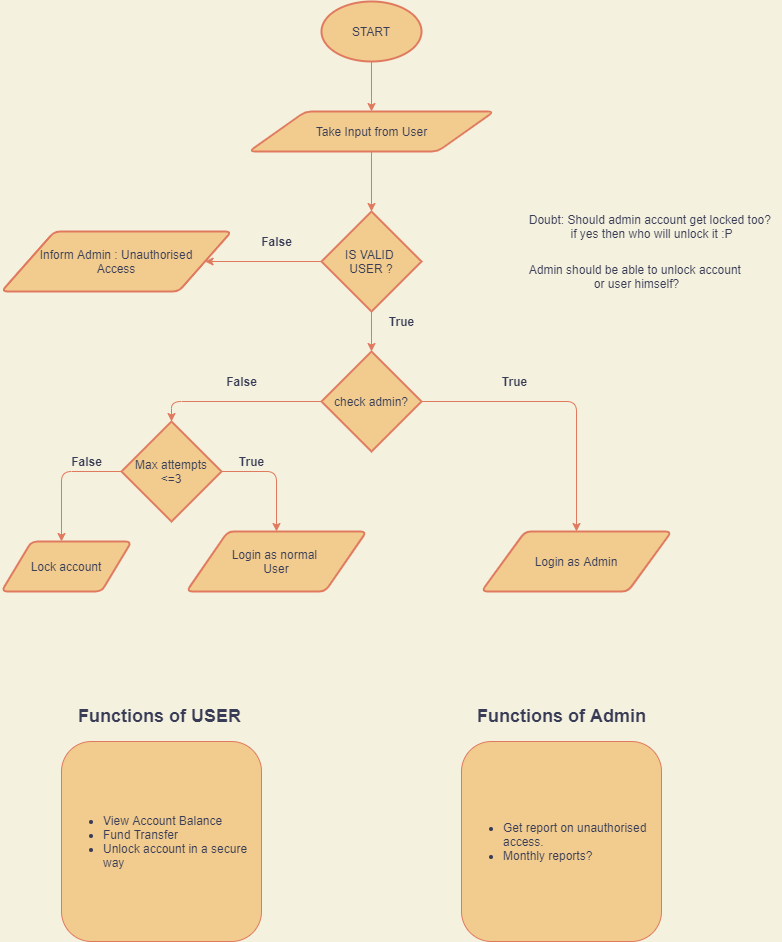
The draw.io diagram BITS_1st_SEM_CP_FLOWCHART.png in SKGHD/bits_assignments, before a commit. Source tidied: cells renumbered, new cells last; positions are measured from the earlier drawing's top-left corner, leaving out a move shared by most shapes.
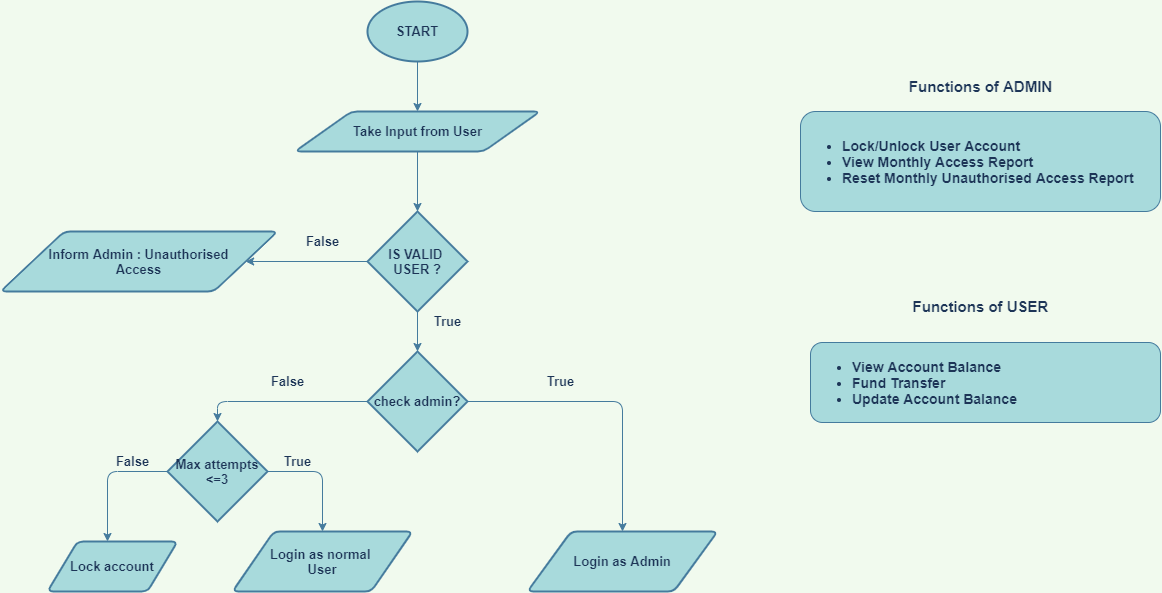
The same diagram one commit later.

What changed in the source:
```diff
@@ -1,95 +1,89 @@
-<mxGraphModel background="#F4F1DE">
+<mxGraphModel background="#F1FAEE">
   <root>
     <mxCell id="0" />
     <mxCell id="1" parent="0" />
-    <mxCell id="2" style="edgeStyle=orthogonalEdgeStyle;jettySize=auto;html=1;strokeColor=#E07A5F;fontColor=#393C56;labelBackgroundColor=#F4F1DE;" parent="1" edge="1" source="3" target="5">
+    <mxCell id="2" style="edgeStyle=orthogonalEdgeStyle;jettySize=auto;html=1;strokeColor=#457B9D;fontColor=#1D3557;labelBackgroundColor=#F1FAEE;fontStyle=1;fontSize=13;" parent="1" edge="1" source="3" target="5">
       <mxGeometry relative="1" as="geometry" />
     </mxCell>
-    <mxCell id="3" value="START" style="strokeWidth=2;html=1;shape=mxgraph.flowchart.start_1;whiteSpace=wrap;rounded=1;fillColor=#F2CC8F;strokeColor=#E07A5F;fontColor=#393C56;fontStyle=0;" parent="1" vertex="1">
+    <mxCell id="3" value="START" style="strokeWidth=2;html=1;shape=mxgraph.flowchart.start_1;whiteSpace=wrap;rounded=1;fillColor=#A8DADC;strokeColor=#457B9D;fontColor=#1D3557;fontStyle=1;fontSize=13;" parent="1" vertex="1">
       <mxGeometry x="320" width="100" height="60" as="geometry" />
     </mxCell>
-    <mxCell id="4" style="edgeStyle=orthogonalEdgeStyle;jettySize=auto;html=1;strokeColor=#E07A5F;fontColor=#393C56;labelBackgroundColor=#F4F1DE;" parent="1" edge="1" source="5" target="8">
+    <mxCell id="4" style="edgeStyle=orthogonalEdgeStyle;jettySize=auto;html=1;strokeColor=#457B9D;fontColor=#1D3557;labelBackgroundColor=#F1FAEE;fontStyle=1;fontSize=13;" parent="1" edge="1" source="5" target="8">
       <mxGeometry relative="1" as="geometry" />
     </mxCell>
-    <mxCell id="5" value="Take Input from User" style="shape=parallelogram;html=1;strokeWidth=2;perimeter=parallelogramPerimeter;whiteSpace=wrap;arcSize=12;size=0.23;rounded=1;fillColor=#F2CC8F;strokeColor=#E07A5F;fontColor=#393C56;" parent="1" vertex="1">
+    <mxCell id="5" value="Take Input from User" style="shape=parallelogram;html=1;strokeWidth=2;perimeter=parallelogramPerimeter;whiteSpace=wrap;arcSize=12;size=0.23;rounded=1;fillColor=#A8DADC;strokeColor=#457B9D;fontColor=#1D3557;fontStyle=1;fontSize=13;" parent="1" vertex="1">
       <mxGeometry x="247.5" y="110" width="245" height="40" as="geometry" />
     </mxCell>
-    <mxCell id="6" style="edgeStyle=orthogonalEdgeStyle;jettySize=auto;html=1;entryX=1;entryY=0.5;entryDx=0;entryDy=0;strokeColor=#E07A5F;fontColor=#393C56;labelBackgroundColor=#F4F1DE;" parent="1" edge="1" source="8" target="18">
+    <mxCell id="6" style="edgeStyle=orthogonalEdgeStyle;jettySize=auto;html=1;entryX=1;entryY=0.5;entryDx=0;entryDy=0;strokeColor=#457B9D;fontColor=#1D3557;labelBackgroundColor=#F1FAEE;fontStyle=1;fontSize=13;" parent="1" edge="1" source="8" target="18">
       <mxGeometry relative="1" as="geometry" />
     </mxCell>
-    <mxCell id="7" style="edgeStyle=orthogonalEdgeStyle;jettySize=auto;html=1;strokeColor=#E07A5F;fontColor=#393C56;labelBackgroundColor=#F4F1DE;" parent="1" edge="1" source="8" target="13">
+    <mxCell id="7" style="edgeStyle=orthogonalEdgeStyle;jettySize=auto;html=1;strokeColor=#457B9D;fontColor=#1D3557;labelBackgroundColor=#F1FAEE;fontStyle=1;fontSize=13;" parent="1" edge="1" source="8" target="13">
       <mxGeometry relative="1" as="geometry" />
     </mxCell>
-    <mxCell id="8" value="IS VALID&amp;nbsp;&lt;br&gt;USER ?" style="strokeWidth=2;html=1;shape=mxgraph.flowchart.decision;whiteSpace=wrap;rounded=1;fillColor=#F2CC8F;strokeColor=#E07A5F;fontColor=#393C56;" parent="1" vertex="1">
+    <mxCell id="8" value="IS VALID&amp;nbsp;&lt;br style=&quot;font-size: 13px;&quot;&gt;USER ?" style="strokeWidth=2;html=1;shape=mxgraph.flowchart.decision;whiteSpace=wrap;rounded=1;fillColor=#A8DADC;strokeColor=#457B9D;fontColor=#1D3557;fontStyle=1;fontSize=13;" parent="1" vertex="1">
       <mxGeometry x="320" y="210" width="100" height="100" as="geometry" />
     </mxCell>
-    <mxCell id="9" value="True" style="text;html=1;align=center;verticalAlign=middle;strokeColor=none;rounded=1;fontColor=#393C56;fontStyle=1;" parent="1" vertex="1">
+    <mxCell id="9" value="True" style="text;html=1;align=center;verticalAlign=middle;strokeColor=none;rounded=1;fontColor=#1D3557;fontStyle=1;fontSize=13;" parent="1" vertex="1">
       <mxGeometry x="380" y="310" width="40" height="20" as="geometry" />
     </mxCell>
-    <mxCell id="10" value="False" style="text;html=1;align=center;verticalAlign=middle;strokeColor=none;rounded=1;fontColor=#393C56;fontStyle=1;" parent="1" vertex="1">
+    <mxCell id="10" value="False" style="text;html=1;align=center;verticalAlign=middle;strokeColor=none;rounded=1;fontColor=#1D3557;fontStyle=1;fontSize=13;" parent="1" vertex="1">
       <mxGeometry x="250" y="230" width="50" height="20" as="geometry" />
     </mxCell>
-    <mxCell id="11" style="edgeStyle=orthogonalEdgeStyle;jettySize=auto;html=1;strokeColor=#E07A5F;fontColor=#393C56;labelBackgroundColor=#F4F1DE;" parent="1" edge="1" source="13" target="14">
+    <mxCell id="11" style="edgeStyle=orthogonalEdgeStyle;jettySize=auto;html=1;strokeColor=#457B9D;fontColor=#1D3557;labelBackgroundColor=#F1FAEE;fontStyle=1;fontSize=13;" parent="1" edge="1" source="13" target="14">
       <mxGeometry relative="1" as="geometry" />
     </mxCell>
-    <mxCell id="12" style="edgeStyle=orthogonalEdgeStyle;jettySize=auto;html=1;entryX=0.5;entryY=0;entryDx=0;entryDy=0;entryPerimeter=0;strokeColor=#E07A5F;fontColor=#393C56;labelBackgroundColor=#F4F1DE;" parent="1" edge="1" source="13" target="25">
+    <mxCell id="12" style="edgeStyle=orthogonalEdgeStyle;jettySize=auto;html=1;entryX=0.5;entryY=0;entryDx=0;entryDy=0;entryPerimeter=0;strokeColor=#457B9D;fontColor=#1D3557;labelBackgroundColor=#F1FAEE;fontStyle=1;fontSize=13;" parent="1" edge="1" source="13" target="25">
       <mxGeometry relative="1" as="geometry" />
     </mxCell>
-    <mxCell id="13" value="check admin?" style="strokeWidth=2;html=1;shape=mxgraph.flowchart.decision;whiteSpace=wrap;rounded=1;fillColor=#F2CC8F;strokeColor=#E07A5F;fontColor=#393C56;" parent="1" vertex="1">
+    <mxCell id="13" value="check admin?" style="strokeWidth=2;html=1;shape=mxgraph.flowchart.decision;whiteSpace=wrap;rounded=1;fillColor=#A8DADC;strokeColor=#457B9D;fontColor=#1D3557;fontStyle=1;fontSize=13;" parent="1" vertex="1">
       <mxGeometry x="320" y="350" width="100" height="100" as="geometry" />
     </mxCell>
-    <mxCell id="14" value="Login as Admin" style="shape=parallelogram;html=1;strokeWidth=2;perimeter=parallelogramPerimeter;whiteSpace=wrap;arcSize=12;size=0.23;rounded=1;fillColor=#F2CC8F;strokeColor=#E07A5F;fontColor=#393C56;" parent="1" vertex="1">
+    <mxCell id="14" value="Login as Admin" style="shape=parallelogram;html=1;strokeWidth=2;perimeter=parallelogramPerimeter;whiteSpace=wrap;arcSize=12;size=0.23;rounded=1;fillColor=#A8DADC;strokeColor=#457B9D;fontColor=#1D3557;fontStyle=1;fontSize=13;" parent="1" vertex="1">
       <mxGeometry x="480" y="530" width="190" height="60" as="geometry" />
     </mxCell>
-    <mxCell id="15" value="True" style="text;html=1;align=center;verticalAlign=middle;strokeColor=none;rounded=1;fontColor=#393C56;fontStyle=1;" parent="1" vertex="1">
+    <mxCell id="15" value="True" style="text;html=1;align=center;verticalAlign=middle;strokeColor=none;rounded=1;fontColor=#1D3557;fontStyle=1;fontSize=13;" parent="1" vertex="1">
       <mxGeometry x="492.5" y="370" width="40" height="20" as="geometry" />
     </mxCell>
-    <mxCell id="16" value="False" style="text;html=1;align=center;verticalAlign=middle;strokeColor=none;rounded=1;fontColor=#393C56;fontStyle=1;" parent="1" vertex="1">
+    <mxCell id="16" value="False" style="text;html=1;align=center;verticalAlign=middle;strokeColor=none;rounded=1;fontColor=#1D3557;fontStyle=1;fontSize=13;" parent="1" vertex="1">
       <mxGeometry x="215" y="370" width="50" height="20" as="geometry" />
     </mxCell>
-    <mxCell id="17" value="Login as normal&amp;nbsp;&lt;br&gt;User" style="shape=parallelogram;html=1;strokeWidth=2;perimeter=parallelogramPerimeter;whiteSpace=wrap;arcSize=12;size=0.23;rounded=1;fillColor=#F2CC8F;strokeColor=#E07A5F;fontColor=#393C56;" parent="1" vertex="1">
+    <mxCell id="17" value="Login as normal&amp;nbsp;&lt;br style=&quot;font-size: 13px;&quot;&gt;User" style="shape=parallelogram;html=1;strokeWidth=2;perimeter=parallelogramPerimeter;whiteSpace=wrap;arcSize=12;size=0.23;rounded=1;fillColor=#A8DADC;strokeColor=#457B9D;fontColor=#1D3557;fontStyle=1;fontSize=13;" parent="1" vertex="1">
       <mxGeometry x="185" y="530" width="180" height="60" as="geometry" />
     </mxCell>
-    <mxCell id="18" value="Inform Admin : Unauthorised&lt;br&gt;Access" style="shape=parallelogram;html=1;strokeWidth=2;perimeter=parallelogramPerimeter;whiteSpace=wrap;arcSize=12;size=0.23;rounded=1;fillColor=#F2CC8F;strokeColor=#E07A5F;fontColor=#393C56;" parent="1" vertex="1">
-      <mxGeometry y="230" width="230" height="60" as="geometry" />
+    <mxCell id="18" value="Inform Admin : Unauthorised&lt;br style=&quot;font-size: 13px;&quot;&gt;Access" style="shape=parallelogram;html=1;strokeWidth=2;perimeter=parallelogramPerimeter;whiteSpace=wrap;arcSize=12;size=0.23;rounded=1;fillColor=#A8DADC;strokeColor=#457B9D;fontColor=#1D3557;fontStyle=1;fontSize=13;" parent="1" vertex="1">
+      <mxGeometry x="-47" y="230" width="277" height="60" as="geometry" />
     </mxCell>
-    <mxCell id="19" value="&lt;ul&gt;&lt;li&gt;View Account Balance&lt;/li&gt;&lt;li&gt;Fund Transfer&lt;/li&gt;&lt;li&gt;Unlock account in a secure&amp;nbsp;&lt;br&gt;way&lt;/li&gt;&lt;/ul&gt;" style="whiteSpace=wrap;html=1;align=left;rounded=1;fillColor=#F2CC8F;strokeColor=#E07A5F;fontColor=#393C56;" parent="1" vertex="1">
-      <mxGeometry x="60" y="740" width="200" height="200" as="geometry" />
-    </mxCell>
-    <mxCell id="20" value="&lt;h2&gt;Functions of USER&lt;/h2&gt;" style="text;html=1;align=center;verticalAlign=middle;strokeColor=none;rounded=1;fontColor=#393C56;" parent="1" vertex="1">
-      <mxGeometry x="67.5" y="690" width="180" height="50" as="geometry" />
+    <mxCell id="20" value="&lt;h2 style=&quot;font-size: 15px;&quot;&gt;Functions of USER&lt;/h2&gt;" style="text;html=1;align=center;verticalAlign=middle;strokeColor=none;rounded=1;fontColor=#1D3557;fontStyle=1;fontSize=15;" parent="1" vertex="1">
+      <mxGeometry x="858" y="280" width="150" height="50" as="geometry" />
     </mxCell>
-    <mxCell id="21" value="&lt;ul&gt;&lt;li&gt;Get report on unauthorised&amp;nbsp;&lt;br&gt;access.&lt;/li&gt;&lt;li&gt;Monthly reports?&lt;/li&gt;&lt;/ul&gt;" style="whiteSpace=wrap;html=1;align=left;rounded=1;fillColor=#F2CC8F;strokeColor=#E07A5F;fontColor=#393C56;" parent="1" vertex="1">
-      <mxGeometry x="460" y="740" width="200" height="200" as="geometry" />
-    </mxCell>
-    <mxCell id="22" value="&lt;h2&gt;Functions of Admin&lt;/h2&gt;" style="text;html=1;align=center;verticalAlign=middle;strokeColor=none;rounded=1;fontColor=#393C56;" parent="1" vertex="1">
-      <mxGeometry x="470" y="690" width="180" height="50" as="geometry" />
+    <mxCell id="22" value="&lt;h2 style=&quot;font-size: 15px&quot;&gt;Functions of ADMIN&lt;/h2&gt;" style="text;html=1;align=center;verticalAlign=middle;strokeColor=none;rounded=1;fontColor=#1D3557;fontStyle=0;fontSize=15;" parent="1" vertex="1">
+      <mxGeometry x="853" y="60" width="160" height="50" as="geometry" />
     </mxCell>
-    <mxCell id="23" style="edgeStyle=orthogonalEdgeStyle;jettySize=auto;html=1;exitX=1;exitY=0.5;exitDx=0;exitDy=0;exitPerimeter=0;strokeColor=#E07A5F;fontColor=#393C56;labelBackgroundColor=#F4F1DE;" parent="1" edge="1" source="25" target="17">
+    <mxCell id="23" style="edgeStyle=orthogonalEdgeStyle;jettySize=auto;html=1;exitX=1;exitY=0.5;exitDx=0;exitDy=0;exitPerimeter=0;strokeColor=#457B9D;fontColor=#1D3557;labelBackgroundColor=#F1FAEE;fontStyle=1;fontSize=13;" parent="1" edge="1" source="25" target="17">
       <mxGeometry relative="1" as="geometry" />
     </mxCell>
-    <mxCell id="24" style="edgeStyle=orthogonalEdgeStyle;jettySize=auto;html=1;strokeColor=#E07A5F;fontColor=#393C56;labelBackgroundColor=#F4F1DE;" parent="1" edge="1" source="25">
+    <mxCell id="24" style="edgeStyle=orthogonalEdgeStyle;jettySize=auto;html=1;strokeColor=#457B9D;fontColor=#1D3557;labelBackgroundColor=#F1FAEE;fontStyle=1;fontSize=13;" parent="1" edge="1" source="25">
       <mxGeometry relative="1" as="geometry">
         <mxPoint x="60" y="540" as="targetPoint" />
       </mxGeometry>
     </mxCell>
-    <mxCell id="25" value="Max attempts&lt;br&gt;&amp;lt;=3" style="strokeWidth=2;html=1;shape=mxgraph.flowchart.decision;whiteSpace=wrap;rounded=1;fillColor=#F2CC8F;strokeColor=#E07A5F;fontColor=#393C56;" parent="1" vertex="1">
+    <mxCell id="25" value="Max attempts&lt;br style=&quot;font-size: 13px;&quot;&gt;&amp;lt;=3" style="strokeWidth=2;html=1;shape=mxgraph.flowchart.decision;whiteSpace=wrap;rounded=1;fillColor=#A8DADC;strokeColor=#457B9D;fontColor=#1D3557;fontStyle=1;fontSize=13;" parent="1" vertex="1">
       <mxGeometry x="120" y="420" width="100" height="100" as="geometry" />
     </mxCell>
-    <mxCell id="26" value="True" style="text;html=1;align=center;verticalAlign=middle;strokeColor=none;rounded=1;fontColor=#393C56;fontStyle=1;" parent="1" vertex="1">
+    <mxCell id="26" value="True" style="text;html=1;align=center;verticalAlign=middle;strokeColor=none;rounded=1;fontColor=#1D3557;fontStyle=1;fontSize=13;" parent="1" vertex="1">
       <mxGeometry x="230" y="450" width="40" height="20" as="geometry" />
     </mxCell>
-    <mxCell id="27" value="False" style="text;html=1;align=center;verticalAlign=middle;strokeColor=none;rounded=1;fontColor=#393C56;fontStyle=1;" parent="1" vertex="1">
+    <mxCell id="27" value="False" style="text;html=1;align=center;verticalAlign=middle;strokeColor=none;rounded=1;fontColor=#1D3557;fontStyle=1;fontSize=13;" parent="1" vertex="1">
       <mxGeometry x="60" y="450" width="50" height="20" as="geometry" />
     </mxCell>
-    <mxCell id="28" value="Lock account" style="shape=parallelogram;html=1;strokeWidth=2;perimeter=parallelogramPerimeter;whiteSpace=wrap;arcSize=12;size=0.23;rounded=1;fillColor=#F2CC8F;strokeColor=#E07A5F;fontColor=#393C56;" parent="1" vertex="1">
+    <mxCell id="28" value="Lock account" style="shape=parallelogram;html=1;strokeWidth=2;perimeter=parallelogramPerimeter;whiteSpace=wrap;arcSize=12;size=0.23;rounded=1;fillColor=#A8DADC;strokeColor=#457B9D;fontColor=#1D3557;fontStyle=1;fontSize=13;" parent="1" vertex="1">
       <mxGeometry y="540" width="130" height="50" as="geometry" />
     </mxCell>
-    <mxCell id="29" value="Doubt: Should admin account get locked too? &lt;br&gt;if yes then who will unlock it :P&lt;br&gt;" style="text;html=1;align=center;verticalAlign=middle;strokeColor=none;rounded=1;fontColor=#393C56;" parent="1" vertex="1">
-      <mxGeometry x="520" y="210" width="260" height="30" as="geometry" />
-    </mxCell>
-    <mxCell id="30" value="Admin should be able to unlock account &lt;br&gt;or user himself?" style="text;html=1;align=center;verticalAlign=middle;strokeColor=none;rounded=1;fontColor=#393C56;" parent="1" vertex="1">
-      <mxGeometry x="520" y="260" width="230" height="30" as="geometry" />
-    </mxCell>
+    <mxCell id="31" value="&lt;ul style=&quot;font-size: 14px;&quot;&gt;&lt;li style=&quot;font-size: 14px&quot;&gt;View Account Balance&lt;/li&gt;&lt;li style=&quot;font-size: 14px&quot;&gt;Fund Transfer&lt;/li&gt;&lt;li style=&quot;font-size: 14px&quot;&gt;Update Account Balance&lt;/li&gt;&lt;/ul&gt;" style="rounded=1;whiteSpace=wrap;html=1;sketch=0;fontColor=#1D3557;strokeColor=#457B9D;fillColor=#A8DADC;fontStyle=1;fontSize=14;align=left;" parent="1" vertex="1">
+      <mxGeometry x="763" y="341" width="350" height="80" as="geometry" />
+    </mxCell>
+    <mxCell id="32" value="&lt;ul style=&quot;font-size: 14px;&quot;&gt;&lt;li style=&quot;font-size: 14px&quot;&gt;Lock/Unlock User Account&lt;/li&gt;&lt;li style=&quot;font-size: 14px&quot;&gt;View Monthly Access Report&lt;/li&gt;&lt;li style=&quot;font-size: 14px&quot;&gt;Reset Monthly Unauthorised Access Report&lt;/li&gt;&lt;/ul&gt;" style="rounded=1;whiteSpace=wrap;html=1;sketch=0;fontColor=#1D3557;strokeColor=#457B9D;fillColor=#A8DADC;fontStyle=1;fontSize=14;align=left;" parent="1" vertex="1">
+      <mxGeometry x="753" y="110" width="360" height="100" as="geometry" />
+    </mxCell>
   </root>
 </mxGraphModel>
```
